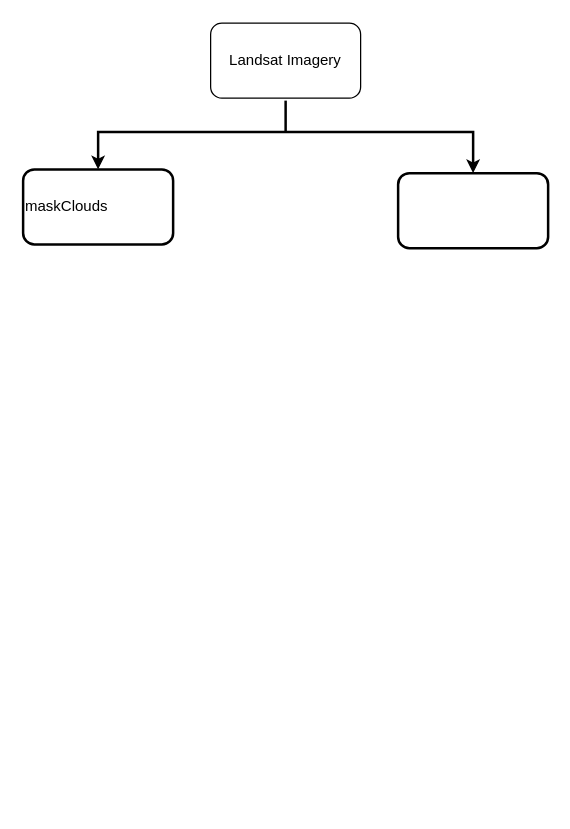
Yingda-Yu/Spartina-Earth keeps this draw.io diagram as Spartina.drawio. Above is the earlier version. Source tidied: cells renumbered, new cells numbered last; positions are measured from the earlier drawing's top-left corner, leaving out a move shared by most shapes. Both pictures are drawn from the tidied source at 125%, with x=0, y=0 at pixel (22, -56).
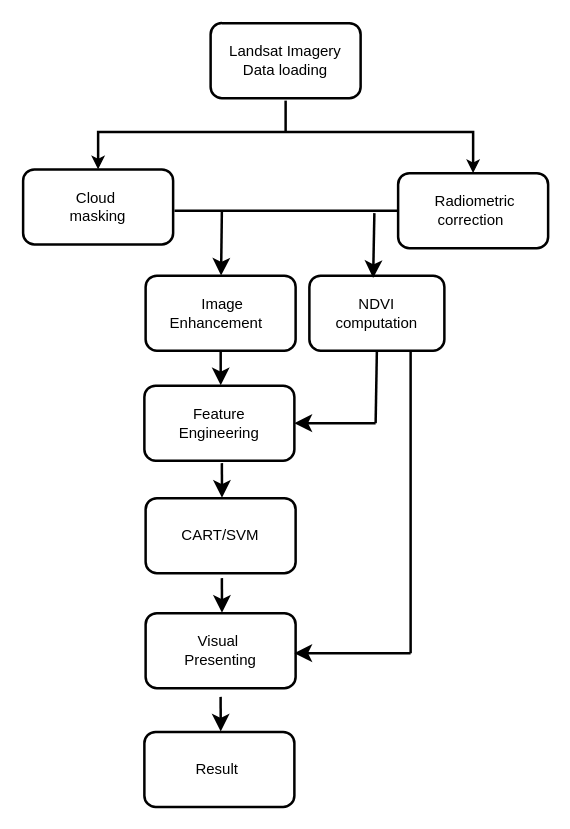
The same page after the edit.

What changed in the source:
```diff
@@
-    <mxCell id="2" value="Landsat Imagery" style="rounded=1;whiteSpace=wrap;html=1;" parent="1" vertex="1">
+    <mxCell id="2" value="Landsat Imagery&lt;div&gt;Data loading&lt;/div&gt;" style="rounded=1;whiteSpace=wrap;html=1;strokeWidth=2;" parent="1" vertex="1">
       <mxGeometry x="150" y="63" width="120" height="60" as="geometry" />
     </mxCell>
@@
-    <mxCell id="4" value="maskClouds" style="rounded=1;whiteSpace=wrap;html=1;align=left;strokeWidth=2;" parent="1" vertex="1">
+    <mxCell id="4" value=" Cloud&amp;nbsp;&lt;div&gt;masking&lt;/div&gt;" style="rounded=1;whiteSpace=wrap;html=1;align=center;strokeWidth=2;" parent="1" vertex="1">
       <mxGeometry y="180" width="120" height="60" as="geometry" />
     </mxCell>
@@
-    <mxCell id="6" style="rounded=1;whiteSpace=wrap;html=1;align=left;strokeWidth=2;" parent="1" vertex="1">
+    <mxCell id="6" value="&amp;nbsp;Radiometric correction&amp;nbsp;" style="rounded=1;whiteSpace=wrap;html=1;align=center;strokeWidth=2;" parent="1" vertex="1">
       <mxGeometry x="300" y="183" width="120" height="60" as="geometry" />
     </mxCell>
@@
+    <mxCell id="8" style="endArrow=none;html=1;rounded=0;fontSize=12;startSize=8;endSize=8;curved=1;entryX=0;entryY=0.5;entryDx=0;entryDy=0;exitX=1.009;exitY=0.551;exitDx=0;exitDy=0;strokeWidth=2;exitPerimeter=0;" parent="1" edge="1" source="4" target="6">
+      <mxGeometry relative="1" as="geometry" />
+    </mxCell>
+    <mxCell id="9" style="endArrow=classic;html=1;rounded=0;fontSize=12;startSize=8;endSize=8;curved=1;strokeWidth=2;" parent="1" edge="1" target="12">
+      <mxGeometry relative="1" as="geometry">
+        <mxPoint x="159" y="213" as="sourcePoint" />
+      </mxGeometry>
+    </mxCell>
+    <mxCell id="10" style="edgeStyle=none;curved=1;rounded=0;jettySize=auto;html=1;fontSize=12;startSize=8;endSize=8;entryX=0.509;entryY=-0.004;entryDx=0;entryDy=0;entryPerimeter=0;strokeWidth=2;" parent="1" edge="1" source="12" target="13">
+      <mxGeometry relative="1" as="geometry" />
+    </mxCell>
+    <mxCell id="11" style="edgeStyle=none;curved=1;rounded=0;jettySize=auto;html=1;fontSize=12;startSize=8;endSize=8;entryX=1;entryY=0.5;entryDx=0;entryDy=0;strokeWidth=2;" parent="1" edge="1" target="13">
+      <mxGeometry relative="1" as="geometry">
+        <mxPoint x="282" y="383" as="sourcePoint" />
+      </mxGeometry>
+    </mxCell>
+    <mxCell id="12" value="&amp;nbsp;Image&lt;div&gt;Enhancement&amp;nbsp;&amp;nbsp;&lt;/div&gt;" style="rounded=1;whiteSpace=wrap;html=1;strokeWidth=2;" parent="1" vertex="1">
+      <mxGeometry x="98" y="265" width="120" height="60" as="geometry" />
+    </mxCell>
+    <mxCell id="13" value="Feature&lt;div&gt;Engineering&lt;/div&gt;" style="whiteSpace=wrap;html=1;rounded=1;strokeWidth=2;" parent="1" vertex="1">
+      <mxGeometry x="97" y="353" width="120" height="60" as="geometry" />
+    </mxCell>
+    <mxCell id="14" style="edgeStyle=none;curved=1;rounded=0;jettySize=auto;html=1;fontSize=12;startSize=8;endSize=8;entryX=0.509;entryY=-0.004;entryDx=0;entryDy=0;entryPerimeter=0;strokeWidth=2;" parent="1" edge="1" target="15">
+      <mxGeometry relative="1" as="geometry">
+        <mxPoint x="159" y="415" as="sourcePoint" />
+      </mxGeometry>
+    </mxCell>
+    <mxCell id="15" value="CART/SVM" style="whiteSpace=wrap;html=1;rounded=1;strokeWidth=2;" parent="1" vertex="1">
+      <mxGeometry x="98" y="443" width="120" height="60" as="geometry" />
+    </mxCell>
+    <mxCell id="16" style="edgeStyle=none;curved=1;rounded=0;jettySize=auto;html=1;fontSize=12;startSize=8;endSize=8;entryX=0.509;entryY=-0.004;entryDx=0;entryDy=0;entryPerimeter=0;strokeWidth=2;" parent="1" edge="1" target="17">
+      <mxGeometry relative="1" as="geometry">
+        <mxPoint x="159" y="507" as="sourcePoint" />
+      </mxGeometry>
+    </mxCell>
+    <mxCell id="17" value="Visual&amp;nbsp;&lt;div&gt;Presenting&lt;/div&gt;" style="whiteSpace=wrap;html=1;rounded=1;strokeWidth=2;" parent="1" vertex="1">
+      <mxGeometry x="98" y="535" width="120" height="60" as="geometry" />
+    </mxCell>
+    <mxCell id="18" style="edgeStyle=none;curved=1;rounded=0;jettySize=auto;html=1;fontSize=12;startSize=8;endSize=8;entryX=0.509;entryY=-0.004;entryDx=0;entryDy=0;entryPerimeter=0;strokeWidth=2;" parent="1" edge="1" target="19">
+      <mxGeometry relative="1" as="geometry">
+        <mxPoint x="158" y="602" as="sourcePoint" />
+      </mxGeometry>
+    </mxCell>
+    <mxCell id="19" value="&lt;p class=&quot;&quot;&gt;&lt;span&gt;Result&amp;nbsp;&lt;/span&gt;&lt;/p&gt;" style="whiteSpace=wrap;html=1;rounded=1;strokeWidth=2;" parent="1" vertex="1">
+      <mxGeometry x="97" y="630" width="120" height="60" as="geometry" />
+    </mxCell>
+    <mxCell id="20" value="NDVI&lt;div&gt;computation&lt;/div&gt;" style="rounded=1;whiteSpace=wrap;html=1;strokeWidth=2;" parent="1" vertex="1">
+      <mxGeometry x="229" y="265" width="108" height="60" as="geometry" />
+    </mxCell>
+    <mxCell id="21" style="endArrow=classic;html=1;rounded=0;fontSize=12;startSize=8;endSize=8;curved=1;strokeWidth=2;" parent="1" edge="1">
+      <mxGeometry relative="1" as="geometry">
+        <mxPoint x="281" y="215" as="sourcePoint" />
+        <mxPoint x="280" y="267" as="targetPoint" />
+      </mxGeometry>
+    </mxCell>
+    <mxCell id="22" style="endArrow=none;html=1;rounded=0;fontSize=12;startSize=8;endSize=8;curved=1;entryX=0.5;entryY=1;entryDx=0;entryDy=0;strokeWidth=2;" parent="1" edge="1" target="20">
+      <mxGeometry relative="1" as="geometry">
+        <mxPoint x="282" y="383" as="sourcePoint" />
+      </mxGeometry>
+    </mxCell>
+    <mxCell id="23" style="edgeStyle=none;curved=1;rounded=0;orthogonalLoop=1;jettySize=auto;html=1;fontSize=12;startSize=8;endSize=8;entryX=1;entryY=0.5;entryDx=0;entryDy=0;strokeWidth=2;" parent="1" edge="1">
+      <mxGeometry relative="1" as="geometry">
+        <mxPoint x="310" y="567" as="sourcePoint" />
+        <mxPoint x="217" y="567" as="targetPoint" />
+      </mxGeometry>
+    </mxCell>
+    <mxCell id="24" style="endArrow=none;html=1;rounded=0;fontSize=12;startSize=8;endSize=8;curved=1;entryX=0.75;entryY=1;entryDx=0;entryDy=0;strokeWidth=2;" parent="1" edge="1" target="20">
+      <mxGeometry relative="1" as="geometry">
+        <mxPoint x="310" y="567" as="sourcePoint" />
+      </mxGeometry>
+    </mxCell>
```
